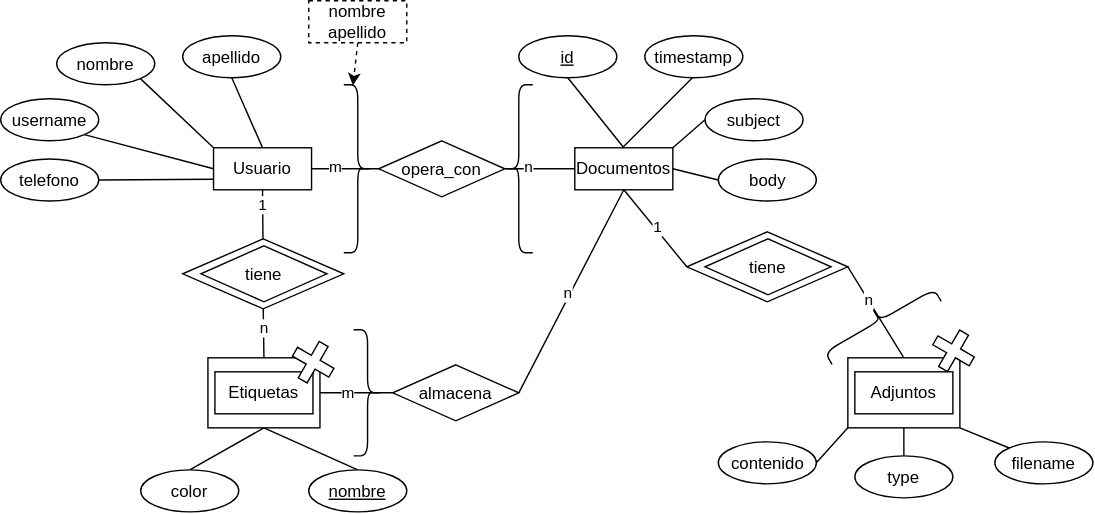
Above: images/2.10.did.drawio.svg in TobySeirgalea/apuntes-DB (draw.io), before the change. Source tidied: cells renumbered, new cells last; positions are measured from the earlier drawing's top-left corner, leaving out a move shared by most shapes.
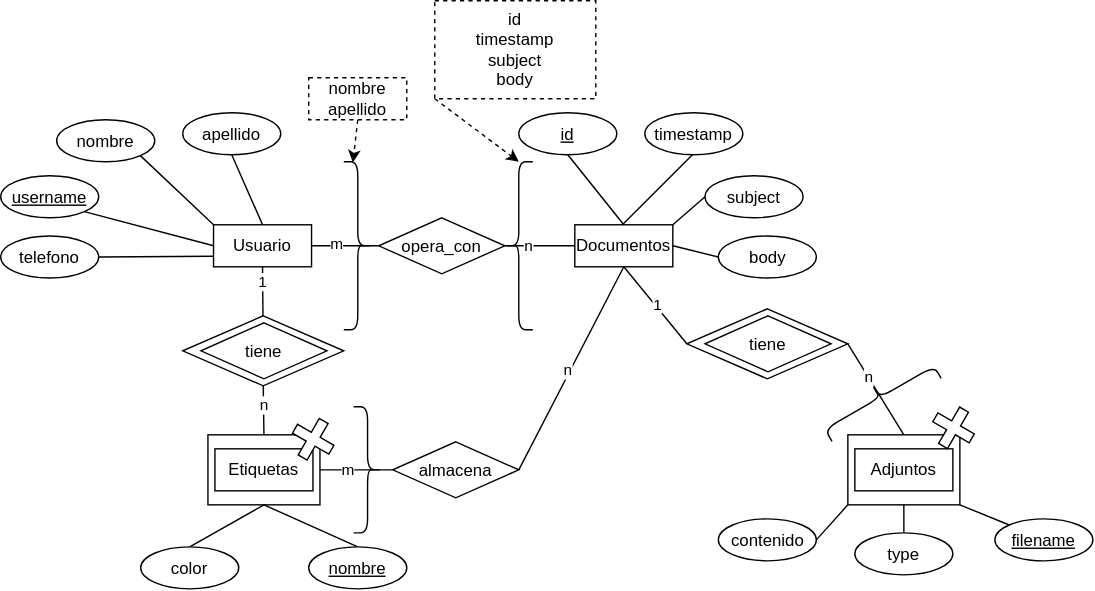
Later version of the same file.

Diff of the diagram source:
```diff
@@ -110,7 +110,7 @@
     <mxCell id="35" style="edgeStyle=none;html=1;exitX=1;exitY=1;exitDx=0;exitDy=0;endArrow=none;endFill=0;entryX=0;entryY=0.5;entryDx=0;entryDy=0;" parent="1" edge="1" source="36" target="4">
       <mxGeometry relative="1" as="geometry" />
     </mxCell>
-    <mxCell id="36" value="username" style="ellipse;whiteSpace=wrap;html=1;shapeInside=1;" parent="1" vertex="1">
+    <mxCell id="36" value="&lt;u&gt;username&lt;/u&gt;" style="ellipse;whiteSpace=wrap;html=1;shapeInside=1;" parent="1" vertex="1">
       <mxGeometry y="70" width="70" height="30" as="geometry" />
     </mxCell>
     <mxCell id="37" style="edgeStyle=none;html=1;exitX=1;exitY=0.5;exitDx=0;exitDy=0;entryX=0;entryY=0.75;entryDx=0;entryDy=0;endArrow=none;endFill=0;" parent="1" edge="1" source="38" target="4">
@@ -170,7 +170,7 @@
     <mxCell id="54" value="type" style="ellipse;whiteSpace=wrap;html=1;shapeInside=1;" parent="1" vertex="1">
       <mxGeometry x="610" y="325" width="70" height="30" as="geometry" />
     </mxCell>
-    <mxCell id="55" value="filename" style="ellipse;whiteSpace=wrap;html=1;shapeInside=1;" parent="1" vertex="1">
+    <mxCell id="55" value="&lt;u&gt;filename&lt;/u&gt;" style="ellipse;whiteSpace=wrap;html=1;shapeInside=1;" parent="1" vertex="1">
       <mxGeometry x="710" y="315" width="70" height="30" as="geometry" />
     </mxCell>
     <mxCell id="56" style="shape=curlyBracket;whiteSpace=wrap;html=1;rounded=1;labelPosition=left;verticalLabelPosition=middle;align=right;verticalAlign=middle;rotation=60;" parent="1" vertex="1">
@@ -197,5 +197,11 @@
     <mxCell id="63" style="shape=curlyBracket;whiteSpace=wrap;html=1;rounded=1;labelPosition=left;verticalLabelPosition=middle;align=right;verticalAlign=middle;" parent="1" vertex="1">
       <mxGeometry x="360" y="60" width="20" height="120" as="geometry" />
     </mxCell>
+    <mxCell id="64" style="edgeStyle=none;html=1;exitX=0;exitY=1;exitDx=0;exitDy=0;entryX=0.5;entryY=0;entryDx=0;entryDy=0;dashed=1;" parent="1" edge="1" source="65" target="63">
+      <mxGeometry relative="1" as="geometry" />
+    </mxCell>
+    <mxCell id="65" value="id&lt;div&gt;timestamp&lt;/div&gt;&lt;div&gt;subject&lt;/div&gt;&lt;div&gt;body&lt;/div&gt;" style="rounded=0;whiteSpace=wrap;html=1;dashed=1;" parent="1" vertex="1">
+      <mxGeometry x="310" y="-55" width="115" height="70" as="geometry" />
+    </mxCell>
   </root>
 </mxGraphModel>
```
